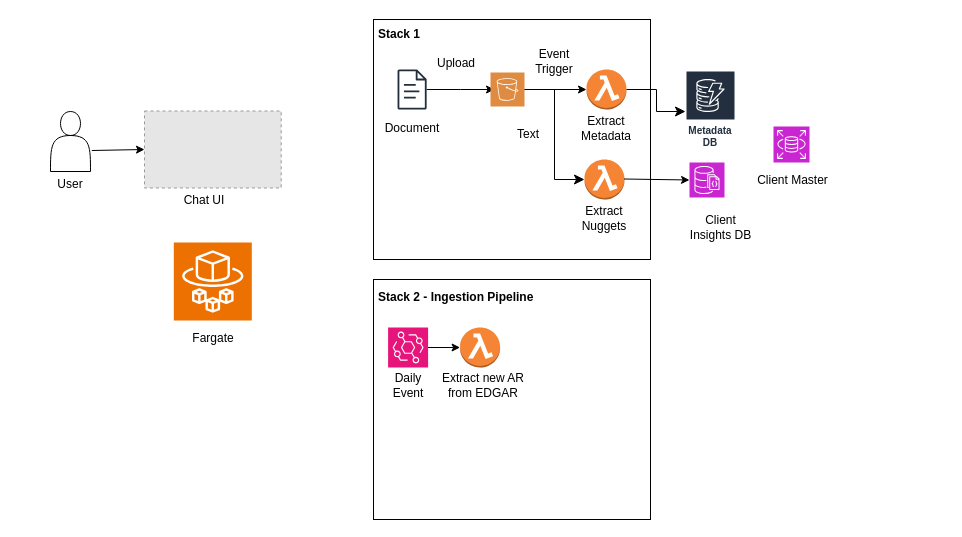
Above: docs/architecture/maxit.drawio in 2gauravc/maxit_sales_bot (draw.io), before the change. Source tidied: cells renumbered, new cells numbered last; positions are measured from the earlier drawing's top-left corner, leaving out a move shared by most shapes. Both pictures are drawn from the tidied source at 100%, with x=0, y=0 at pixel (40, 19). Pictures stored in the file or linked from it are replaced by grey dashed boxes.
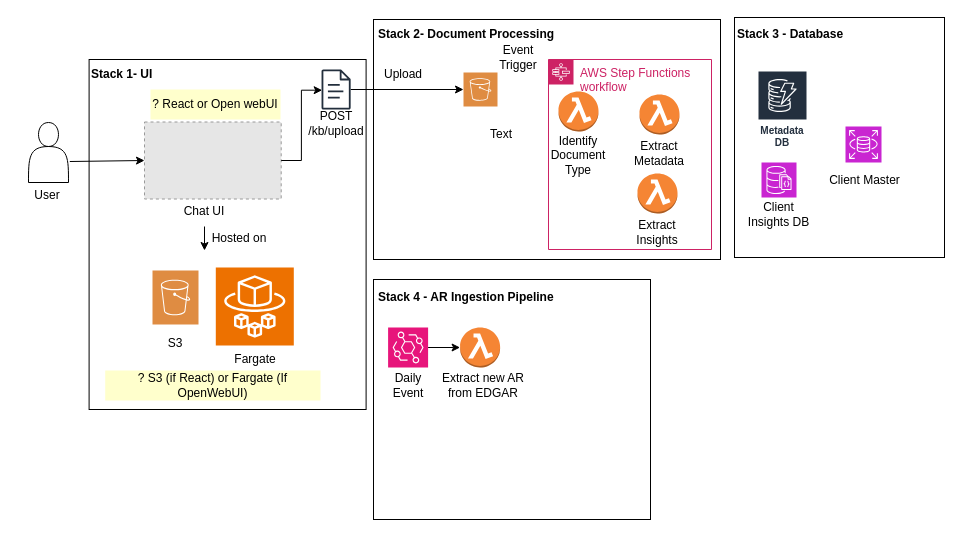
The same diagram, later.

Diff of the diagram source:
```diff
@@
+    <mxCell id="38" style="rounded=0;whiteSpace=wrap;html=1;" parent="1" vertex="1">
+      <mxGeometry x="48.6" y="40" width="277" height="350" as="geometry" />
+    </mxCell>
+    <mxCell id="39" style="rounded=0;whiteSpace=wrap;html=1;" parent="1" vertex="1">
+      <mxGeometry x="694" y="-2" width="210" height="240" as="geometry" />
+    </mxCell>
+    <mxCell id="3" style="rounded=0;whiteSpace=wrap;html=1;" parent="1" vertex="1">
+      <mxGeometry x="333" width="347" height="240" as="geometry" />
+    </mxCell>
@@
-    <mxCell id="3" style="rounded=0;whiteSpace=wrap;html=1;" parent="1" vertex="1">
-      <mxGeometry x="333" width="277" height="240" as="geometry" />
-    </mxCell>
-    <mxCell id="4" style="edgeStyle=orthogonalEdgeStyle;rounded=0;jettySize=auto;html=1;" parent="1" edge="1" source="5">
-      <mxGeometry relative="1" as="geometry">
-        <mxPoint x="454" y="70" as="targetPoint" />
-      </mxGeometry>
-    </mxCell>
+    <mxCell id="40" style="edgeStyle=orthogonalEdgeStyle;rounded=0;jettySize=auto;html=1;" parent="1" edge="1" source="5" target="12">
+      <mxGeometry relative="1" as="geometry" />
+    </mxCell>
     <mxCell id="5" style="sketch=0;outlineConnect=0;fontColor=#232F3E;gradientColor=none;fillColor=#232F3D;strokeColor=none;dashed=0;verticalLabelPosition=bottom;verticalAlign=top;align=center;html=1;fontSize=12;fontStyle=0;shape=mxgraph.aws4.document;" parent="1" vertex="1">
-      <mxGeometry x="357" y="50" width="29.2" height="40" as="geometry" />
+      <mxGeometry x="281" y="50" width="29.2" height="40" as="geometry" />
     </mxCell>
-    <mxCell id="6" value="Document" style="text;html=1;align=center;verticalAlign=middle;whiteSpace=wrap;rounded=0;" parent="1" vertex="1">
-      <mxGeometry x="341.6" y="94" width="60" height="30" as="geometry" />
-    </mxCell>
-    <mxCell id="7" style="endArrow=classic;html=1;rounded=0;entryX=0;entryY=0.5;entryDx=0;entryDy=0;entryPerimeter=0;" parent="1" edge="1" source="12" target="8">
-      <mxGeometry relative="1" as="geometry" />
-    </mxCell>
     <mxCell id="8" style="outlineConnect=0;dashed=0;verticalLabelPosition=bottom;verticalAlign=top;align=center;html=1;shape=mxgraph.aws3.lambda_function;fillColor=#F58534;gradientColor=none;" parent="1" vertex="1">
-      <mxGeometry x="546" y="50" width="40" height="40" as="geometry" />
+      <mxGeometry x="599" y="75" width="40" height="40" as="geometry" />
     </mxCell>
     <mxCell id="9" value="Upload" style="text;html=1;align=center;verticalAlign=middle;whiteSpace=wrap;rounded=0;" parent="1" vertex="1">
-      <mxGeometry x="386.2" y="29" width="60" height="30" as="geometry" />
+      <mxGeometry x="333" y="40" width="60" height="30" as="geometry" />
     </mxCell>
     <mxCell id="10" value="Event Trigger" style="text;html=1;align=center;verticalAlign=middle;whiteSpace=wrap;rounded=0;" parent="1" vertex="1">
-      <mxGeometry x="484" y="27" width="60" height="30" as="geometry" />
+      <mxGeometry x="448" y="23" width="60" height="30" as="geometry" />
     </mxCell>
     <mxCell id="11" value="Extract Metadata" style="text;html=1;align=center;verticalAlign=middle;whiteSpace=wrap;rounded=0;" parent="1" vertex="1">
-      <mxGeometry x="536" y="94" width="60" height="30" as="geometry" />
+      <mxGeometry x="589" y="119" width="60" height="30" as="geometry" />
     </mxCell>
     <mxCell id="12" style="sketch=0;shadow=0;dashed=0;html=1;strokeColor=none;fillColor=#DF8C42;labelPosition=center;verticalLabelPosition=bottom;verticalAlign=top;align=center;outlineConnect=0;shape=mxgraph.veeam2.aws_s3;" parent="1" vertex="1">
-      <mxGeometry x="450" y="53" width="34" height="34" as="geometry" />
+      <mxGeometry x="423" y="53" width="34" height="34" as="geometry" />
     </mxCell>
     <mxCell id="13" style="outlineConnect=0;dashed=0;verticalLabelPosition=bottom;verticalAlign=top;align=center;html=1;shape=mxgraph.aws3.lambda_function;fillColor=#F58534;gradientColor=none;" parent="1" vertex="1">
-      <mxGeometry x="544" y="140" width="40" height="40" as="geometry" />
+      <mxGeometry x="597" y="154" width="40" height="40" as="geometry" />
     </mxCell>
-    <mxCell id="14" value="Extract Nuggets" style="text;html=1;align=center;verticalAlign=middle;whiteSpace=wrap;rounded=0;" parent="1" vertex="1">
-      <mxGeometry x="534" y="184" width="60" height="30" as="geometry" />
+    <mxCell id="14" value="Extract Insights" style="text;html=1;align=center;verticalAlign=middle;whiteSpace=wrap;rounded=0;" parent="1" vertex="1">
+      <mxGeometry x="587" y="198" width="60" height="30" as="geometry" />
     </mxCell>
-    <mxCell id="15" style="edgeStyle=elbowEdgeStyle;elbow=horizontal;endArrow=classic;html=1;curved=0;rounded=0;endSize=8;startSize=8;entryX=0;entryY=0.5;entryDx=0;entryDy=0;entryPerimeter=0;" parent="1" edge="1" source="12" target="13">
-      <mxGeometry relative="1" as="geometry" />
-    </mxCell>
     <mxCell id="16" value="Metadata DB" style="sketch=0;outlineConnect=0;fontColor=#232F3E;gradientColor=none;strokeColor=#ffffff;fillColor=#232F3E;dashed=0;verticalLabelPosition=middle;verticalAlign=bottom;align=center;html=1;whiteSpace=wrap;fontSize=10;fontStyle=1;spacing=3;shape=mxgraph.aws4.productIcon;prIcon=mxgraph.aws4.dynamodb;" parent="1" vertex="1">
-      <mxGeometry x="645" y="51" width="50" height="82" as="geometry" />
+      <mxGeometry x="717" y="51" width="50" height="82" as="geometry" />
     </mxCell>
-    <mxCell id="17" style="edgeStyle=elbowEdgeStyle;elbow=horizontal;endArrow=classic;html=1;curved=0;rounded=0;endSize=8;startSize=8;exitX=1;exitY=0.5;exitDx=0;exitDy=0;exitPerimeter=0;" parent="1" edge="1" source="8" target="16">
-      <mxGeometry relative="1" as="geometry" />
-    </mxCell>
     <mxCell id="18" style="sketch=0;points=[[0,0,0],[0.25,0,0],[0.5,0,0],[0.75,0,0],[1,0,0],[0,1,0],[0.25,1,0],[0.5,1,0],[0.75,1,0],[1,1,0],[0,0.25,0],[0,0.5,0],[0,0.75,0],[1,0.25,0],[1,0.5,0],[1,0.75,0]];outlineConnect=0;fontColor=#232F3E;fillColor=#C925D1;strokeColor=#ffffff;dashed=0;verticalLabelPosition=bottom;verticalAlign=top;align=center;html=1;fontSize=12;fontStyle=0;shape=mxgraph.aws4.resourceIcon;resIcon=mxgraph.aws4.documentdb_with_mongodb_compatibility;" parent="1" vertex="1">
-      <mxGeometry x="649" y="143" width="35" height="35" as="geometry" />
+      <mxGeometry x="721" y="143" width="35" height="35" as="geometry" />
     </mxCell>
     <mxCell id="19" value="Client Master" style="text;html=1;align=center;verticalAlign=middle;whiteSpace=wrap;rounded=0;" parent="1" vertex="1">
-      <mxGeometry x="716" y="145.5" width="72.5" height="30" as="geometry" />
+      <mxGeometry x="788" y="145.5" width="72.5" height="30" as="geometry" />
     </mxCell>
-    <mxCell id="20" style="endArrow=classic;html=1;rounded=0;entryX=0;entryY=0.5;entryDx=0;entryDy=0;entryPerimeter=0;" parent="1" edge="1" target="18">
-      <mxGeometry relative="1" as="geometry">
-        <mxPoint x="583.5" y="159.5" as="sourcePoint" />
-      </mxGeometry>
-    </mxCell>
@@
-    <mxCell id="23" value="Stack 1" style="text;html=1;align=left;verticalAlign=middle;whiteSpace=wrap;rounded=0;fontStyle=1;" parent="1" vertex="1">
-      <mxGeometry x="336" width="54" height="30" as="geometry" />
+    <mxCell id="23" value="Stack 2- Document Processing&amp;nbsp;" style="text;html=1;align=left;verticalAlign=middle;whiteSpace=wrap;rounded=0;fontStyle=1;" parent="1" vertex="1">
+      <mxGeometry x="336" width="224" height="30" as="geometry" />
     </mxCell>
     <mxCell id="24" style="shape=actor;whiteSpace=wrap;html=1;" parent="1" vertex="1">
-      <mxGeometry x="10" y="92" width="40" height="60" as="geometry" />
+      <mxGeometry x="-12" y="103" width="40" height="60" as="geometry" />
     </mxCell>
     <mxCell id="25" style="fillColor=#E6E6E6;strokeColor=#999999;dashed=1;verticalLabelPosition=bottom;verticalAlign=top;" parent="1" vertex="1">
-      <mxGeometry x="104" y="91.5" width="136.7" height="77" as="geometry" />
+      <mxGeometry x="104" y="102.5" width="136.7" height="77" as="geometry" />
     </mxCell>
     <mxCell id="26" value="Text" style="text;html=1;align=center;verticalAlign=middle;whiteSpace=wrap;rounded=0;" parent="1" vertex="1">
-      <mxGeometry x="458" y="100" width="60" height="30" as="geometry" />
+      <mxGeometry x="431" y="100" width="60" height="30" as="geometry" />
     </mxCell>
     <mxCell id="27" value="User" style="text;html=1;align=center;verticalAlign=middle;whiteSpace=wrap;rounded=0;" parent="1" vertex="1">
-      <mxGeometry y="150" width="60" height="30" as="geometry" />
+      <mxGeometry x="-23" y="161" width="60" height="30" as="geometry" />
     </mxCell>
+    <mxCell id="41" style="edgeStyle=orthogonalEdgeStyle;rounded=0;jettySize=auto;html=1;exitX=0.5;exitY=1;exitDx=0;exitDy=0;" parent="1" edge="1" source="28">
+      <mxGeometry relative="1" as="geometry">
+        <mxPoint x="164" y="231" as="targetPoint" />
+      </mxGeometry>
+    </mxCell>
     <mxCell id="28" value="Chat UI" style="text;html=1;align=center;verticalAlign=middle;whiteSpace=wrap;rounded=0;" parent="1" vertex="1">
-      <mxGeometry x="134" y="166" width="60" height="30" as="geometry" />
+      <mxGeometry x="134" y="177" width="60" height="30" as="geometry" />
     </mxCell>
-    <mxCell id="29" value="Fargate" style="text;html=1;align=center;verticalAlign=middle;whiteSpace=wrap;rounded=0;" parent="1" vertex="1">
-      <mxGeometry x="143" y="304" width="60" height="30" as="geometry" />
+    <mxCell id="29" value="S3" style="text;html=1;align=center;verticalAlign=middle;whiteSpace=wrap;rounded=0;" parent="1" vertex="1">
+      <mxGeometry x="105" y="309" width="60" height="30" as="geometry" />
     </mxCell>
     <mxCell id="30" style="sketch=0;fontColor=#232F3E;fillColor=#ED7100;strokeColor=#ffffff;dashed=0;verticalLabelPosition=bottom;verticalAlign=top;align=center;html=1;fontSize=12;fontStyle=0;shape=mxgraph.aws4.resourceIcon;resIcon=mxgraph.aws4.fargate;" parent="1" vertex="1">
-      <mxGeometry x="133.3" y="223" width="78" height="78" as="geometry" />
+      <mxGeometry x="175.3" y="248" width="78" height="78" as="geometry" />
     </mxCell>
@@
-    <mxCell id="32" value="Stack 2 - Ingestion Pipeline" style="text;html=1;align=left;verticalAlign=middle;whiteSpace=wrap;rounded=0;fontStyle=1;" parent="1" vertex="1">
+    <mxCell id="32" value="Stack 4 - AR Ingestion Pipeline" style="text;html=1;align=left;verticalAlign=middle;whiteSpace=wrap;rounded=0;fontStyle=1;" parent="1" vertex="1">
       <mxGeometry x="336" y="263" width="184" height="30" as="geometry" />
     </mxCell>
@@
     <mxCell id="36" style="sketch=0;fontColor=#232F3E;fillColor=#C925D1;strokeColor=#ffffff;dashed=0;verticalLabelPosition=bottom;verticalAlign=top;align=center;html=1;fontSize=12;fontStyle=0;shape=mxgraph.aws4.resourceIcon;resIcon=mxgraph.aws4.rds;" parent="1" vertex="1">
-      <mxGeometry x="733" y="107" width="36" height="36" as="geometry" />
+      <mxGeometry x="805" y="107" width="36" height="36" as="geometry" />
     </mxCell>
     <mxCell id="37" value="Client&lt;div&gt;Insights DB&lt;/div&gt;" style="text;html=1;align=center;verticalAlign=middle;whiteSpace=wrap;rounded=0;" parent="1" vertex="1">
-      <mxGeometry x="643.5" y="193" width="72.5" height="30" as="geometry" />
+      <mxGeometry x="702.2" y="180" width="72.5" height="30" as="geometry" />
     </mxCell>
+    <mxCell id="42" value="? React or Open webUI" style="text;html=1;align=center;verticalAlign=middle;whiteSpace=wrap;rounded=0;fillColor=#FFFFCC;" parent="1" vertex="1">
+      <mxGeometry x="110" y="70" width="130" height="30" as="geometry" />
+    </mxCell>
+    <mxCell id="43" style="sketch=0;shadow=0;dashed=0;html=1;strokeColor=none;fillColor=#DF8C42;labelPosition=center;verticalLabelPosition=bottom;verticalAlign=top;align=center;shape=mxgraph.veeam2.aws_s3;" parent="1" vertex="1">
+      <mxGeometry x="112" y="251" width="46" height="54" as="geometry" />
+    </mxCell>
+    <mxCell id="44" value="Fargate" style="text;html=1;align=center;verticalAlign=middle;whiteSpace=wrap;rounded=0;" parent="1" vertex="1">
+      <mxGeometry x="185" y="325" width="60" height="30" as="geometry" />
+    </mxCell>
+    <mxCell id="45" value="? S3 (if React) or Fargate (If OpenWebUI)" style="text;html=1;align=center;verticalAlign=middle;whiteSpace=wrap;rounded=0;fillColor=#FFFFCC;" parent="1" vertex="1">
+      <mxGeometry x="64.7" y="351" width="215.3" height="30" as="geometry" />
+    </mxCell>
+    <mxCell id="46" value="Hosted on" style="text;html=1;align=center;verticalAlign=middle;whiteSpace=wrap;rounded=0;" parent="1" vertex="1">
+      <mxGeometry x="169" y="204" width="60" height="30" as="geometry" />
+    </mxCell>
+    <mxCell id="47" style="edgeStyle=orthogonalEdgeStyle;rounded=0;jettySize=auto;html=1;exitX=1;exitY=0.5;exitDx=0;exitDy=0;entryX=0.021;entryY=0.517;entryDx=0;entryDy=0;entryPerimeter=0;" parent="1" edge="1" source="25" target="5">
+      <mxGeometry relative="1" as="geometry" />
+    </mxCell>
+    <mxCell id="48" value="POST /kb/upload" style="text;html=1;align=center;verticalAlign=middle;whiteSpace=wrap;rounded=0;" parent="1" vertex="1">
+      <mxGeometry x="265.6" y="89" width="60" height="30" as="geometry" />
+    </mxCell>
+    <mxCell id="49" value="Stack 3 - Database" style="text;html=1;align=left;verticalAlign=middle;whiteSpace=wrap;rounded=0;fontStyle=1;" parent="1" vertex="1">
+      <mxGeometry x="695" width="188" height="30" as="geometry" />
+    </mxCell>
+    <mxCell id="50" value="Stack 1- UI&amp;nbsp;" style="text;html=1;align=left;verticalAlign=middle;whiteSpace=wrap;rounded=0;fontStyle=1;" parent="1" vertex="1">
+      <mxGeometry x="48.6" y="40" width="224" height="30" as="geometry" />
+    </mxCell>
+    <mxCell id="51" style="dashed=0;verticalLabelPosition=bottom;verticalAlign=top;align=center;html=1;shape=mxgraph.aws3.lambda_function;fillColor=#F58534;gradientColor=none;" parent="1" vertex="1">
+      <mxGeometry x="518" y="72" width="40" height="40" as="geometry" />
+    </mxCell>
+    <mxCell id="52" value="Identify Document Type" style="text;html=1;align=center;verticalAlign=middle;whiteSpace=wrap;rounded=0;" parent="1" vertex="1">
+      <mxGeometry x="508" y="121" width="60" height="30" as="geometry" />
+    </mxCell>
+    <mxCell id="53" value="AWS Step Functions workflow" style="gradientColor=none;html=1;whiteSpace=wrap;fontSize=12;fontStyle=0;shape=mxgraph.aws4.group;grIcon=mxgraph.aws4.group_aws_step_functions_workflow;strokeColor=#CD2264;fillColor=none;verticalAlign=top;align=left;spacingLeft=30;fontColor=#CD2264;dashed=0;" parent="1" vertex="1">
+      <mxGeometry x="508" y="40" width="163" height="190" as="geometry" />
+    </mxCell>
```
